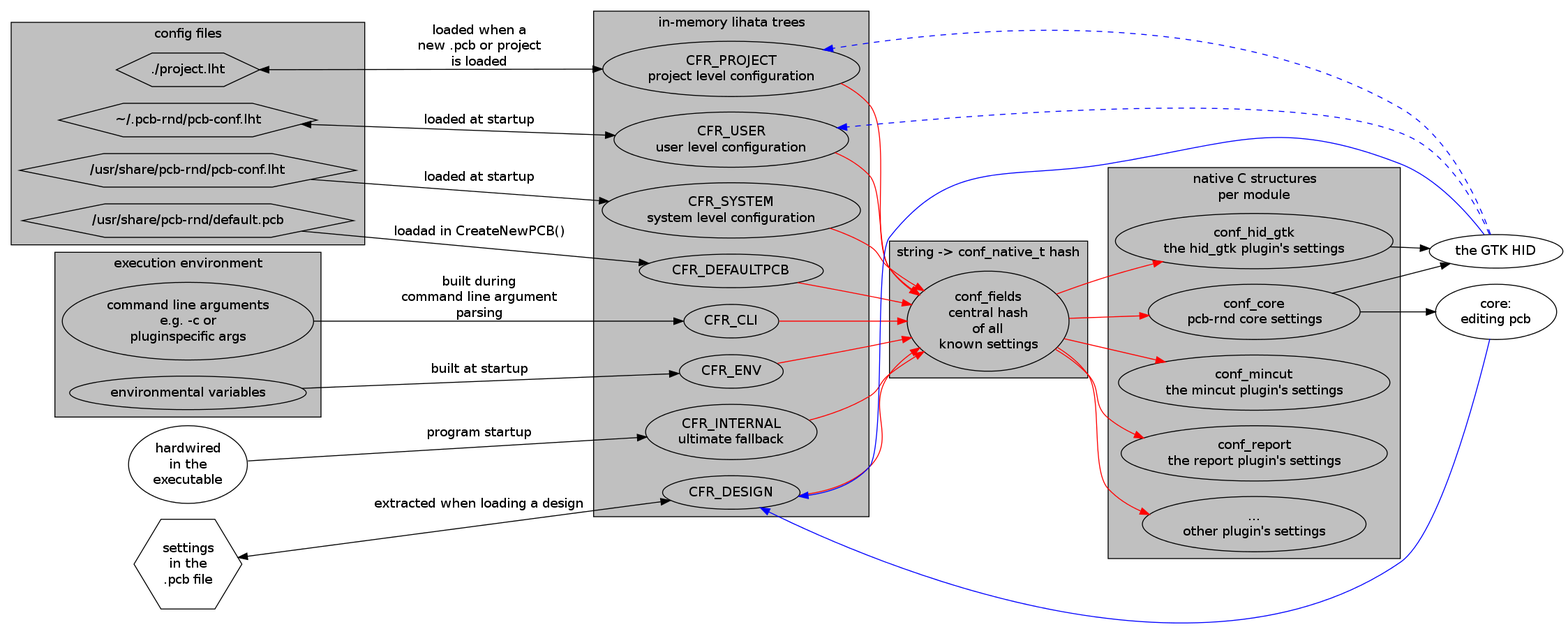
Before: doc/conf/merging.png, a diagram exported from Graphviz (NoSuchProcess/pcb-rnd). Its source is kept beside it as doc/conf/src/merging.dot.
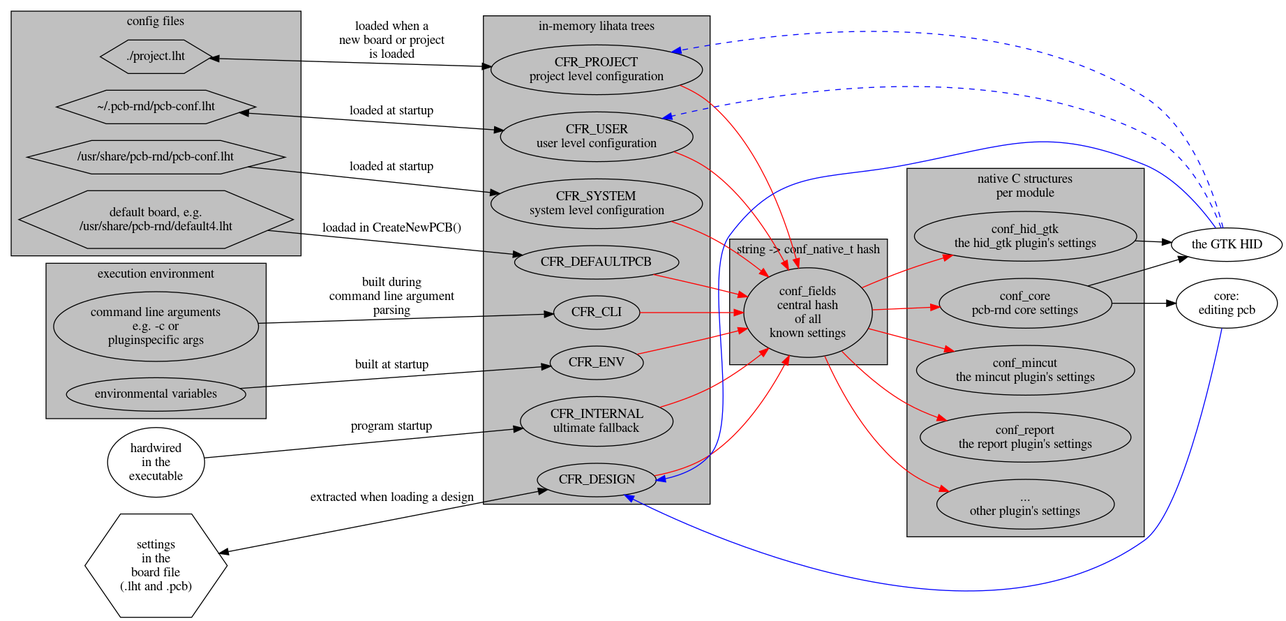
Above is the later version.

Commit message:
[doc] -Fix: conf merging: use a more clear terminology on board files

The edit, as a diff of the source:
```diff
@@ -54,7 +54,7 @@
 		label="config files"
 		bgcolor=grey
 		lht_system        [label="/usr/share/pcb-rnd/pcb-conf.lht" shape=hexagon]
-		pcb_default       [label="/usr/share/pcb-rnd/default.pcb" shape=hexagon]
+		pcb_default       [label="default board, e.g.\n/usr/share/pcb-rnd/default4.lht" shape=hexagon]
 		project           [label="./project.lht" shape=hexagon]
 		lht_user          [label="~/.pcb-rnd/pcb-conf.lht" shape=hexagon]
 	}
@@ -67,14 +67,14 @@
 	}
 
 	lht_internal      [label="hardwired\nin the\nexecutable"]
-	design            [label="settings\nin the\n.pcb file" shape=hexagon]
+	design            [label="settings\nin the\nboard file\n(.lht and .pcb)" shape=hexagon]
 
 	lht_internal -> CFR_INTERNAL    [label="program startup"]
 	lht_system   -> CFR_SYSTEM      [label="loaded at startup"]
 	pcb_default  -> CFR_DEFAULTPCB  [label="loadad in CreateNewPCB()"]
 	lht_user     -> CFR_USER        [label="loaded at startup" dir=both]
 	env          -> CFR_ENV         [label="built at startup"]
-	project      -> CFR_PROJECT     [label="loaded when a\nnew .pcb or project\nis loaded" dir=both]
+	project      -> CFR_PROJECT     [label="loaded when a\nnew board or project\nis loaded" dir=both]
 	design       -> CFR_DESIGN      [label="extracted when loading a design" dir=both]
 	cli          -> CFR_CLI         [label="built during\ncommand line argument\nparsing"]
 
```
